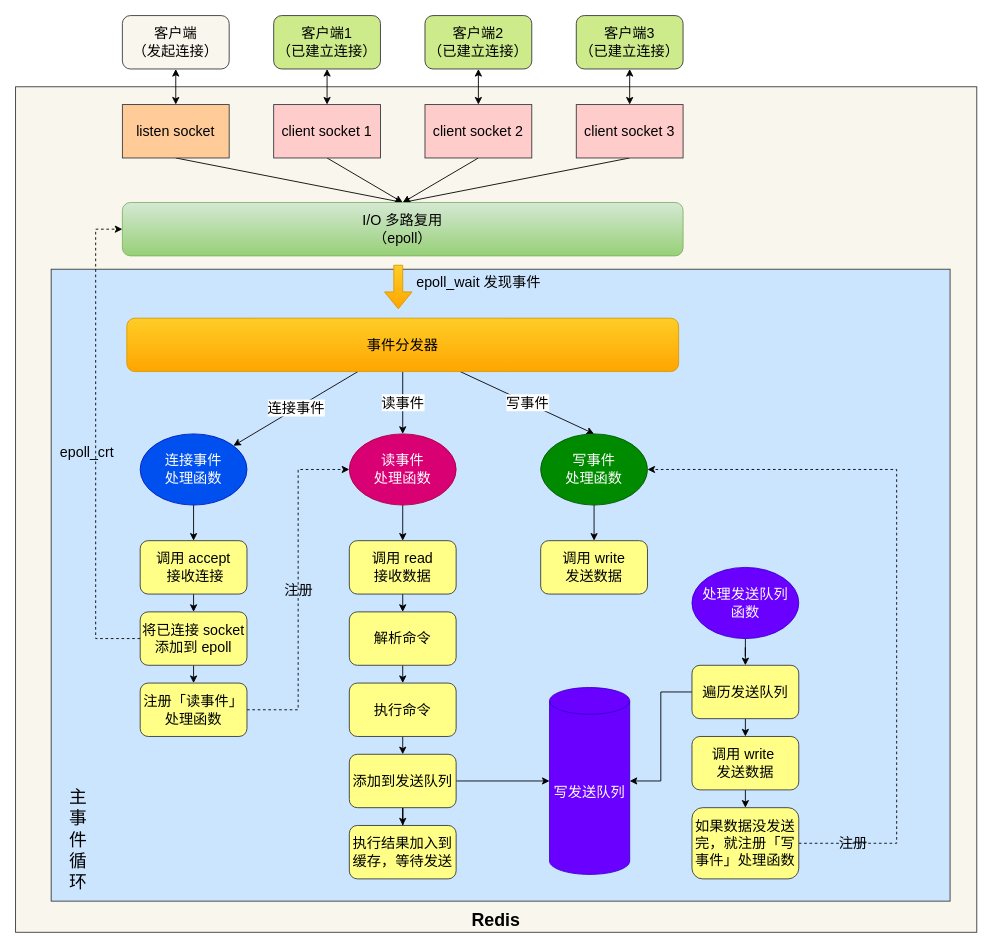
xiaolincoder/ImageHost4 keeps this draw.io diagram as redis/redis单线程模型.drawio. Above is the earlier version. Source tidied: cells renumbered, new cells numbered last; positions are measured from the earlier drawing's top-left corner, leaving out a move shared by most shapes. Both pictures are drawn from the tidied source at 89%, with x=0, y=0 at pixel (15, 15).
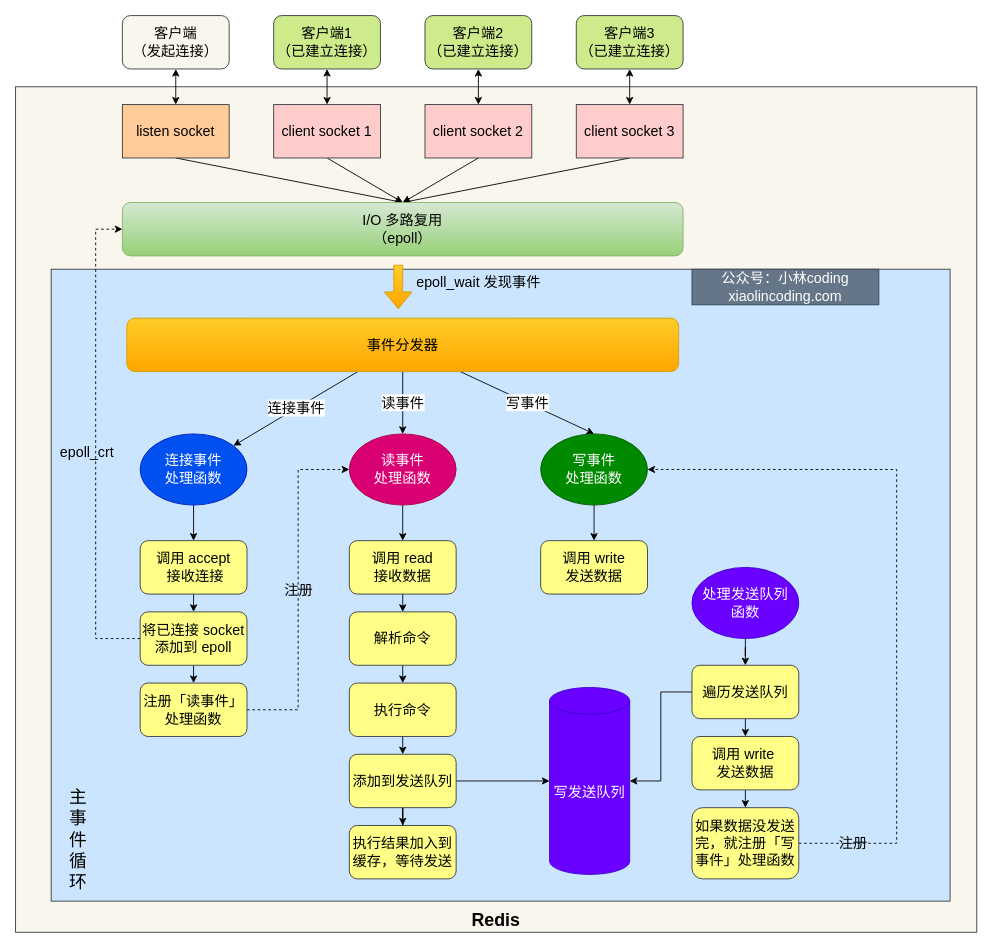
Above is the later version.

Commit message (it also covers changes not shown here):
Update redis单线程模型.drawio

Diff of the diagram source:
```diff
@@
+    <mxCell id="62" value="公众号：小林coding&lt;br style=&quot;font-size: 16px;&quot;&gt;xiaolincoding.com" style="text;html=1;strokeColor=#314354;fillColor=#647687;align=center;verticalAlign=middle;whiteSpace=wrap;rounded=0;fontSize=16;fontColor=#ffffff;" parent="1" vertex="1">
+      <mxGeometry x="760" y="285" width="210" height="40" as="geometry" />
+    </mxCell>
```
